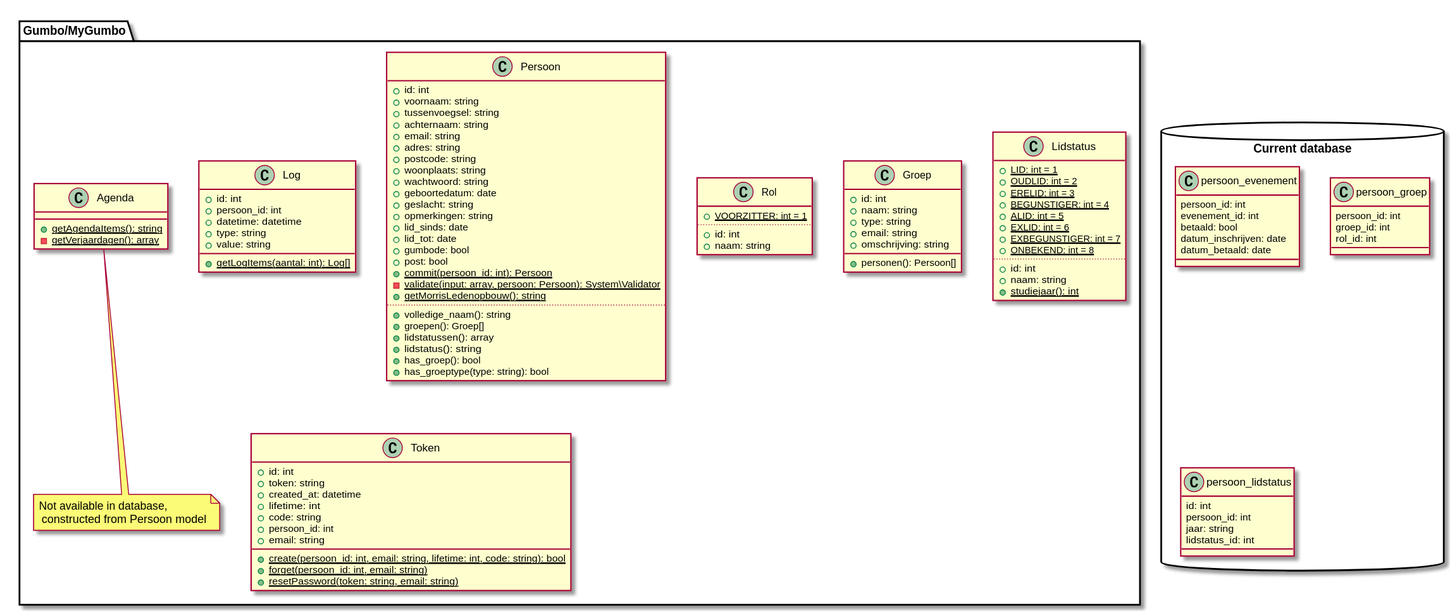
This is doc/class-diagram.svg from Gumbo-Millennium/GumboAdministratie, a PlantUML export, as it was before one commit. Its source is kept beside it as doc/class-diagram.puml.
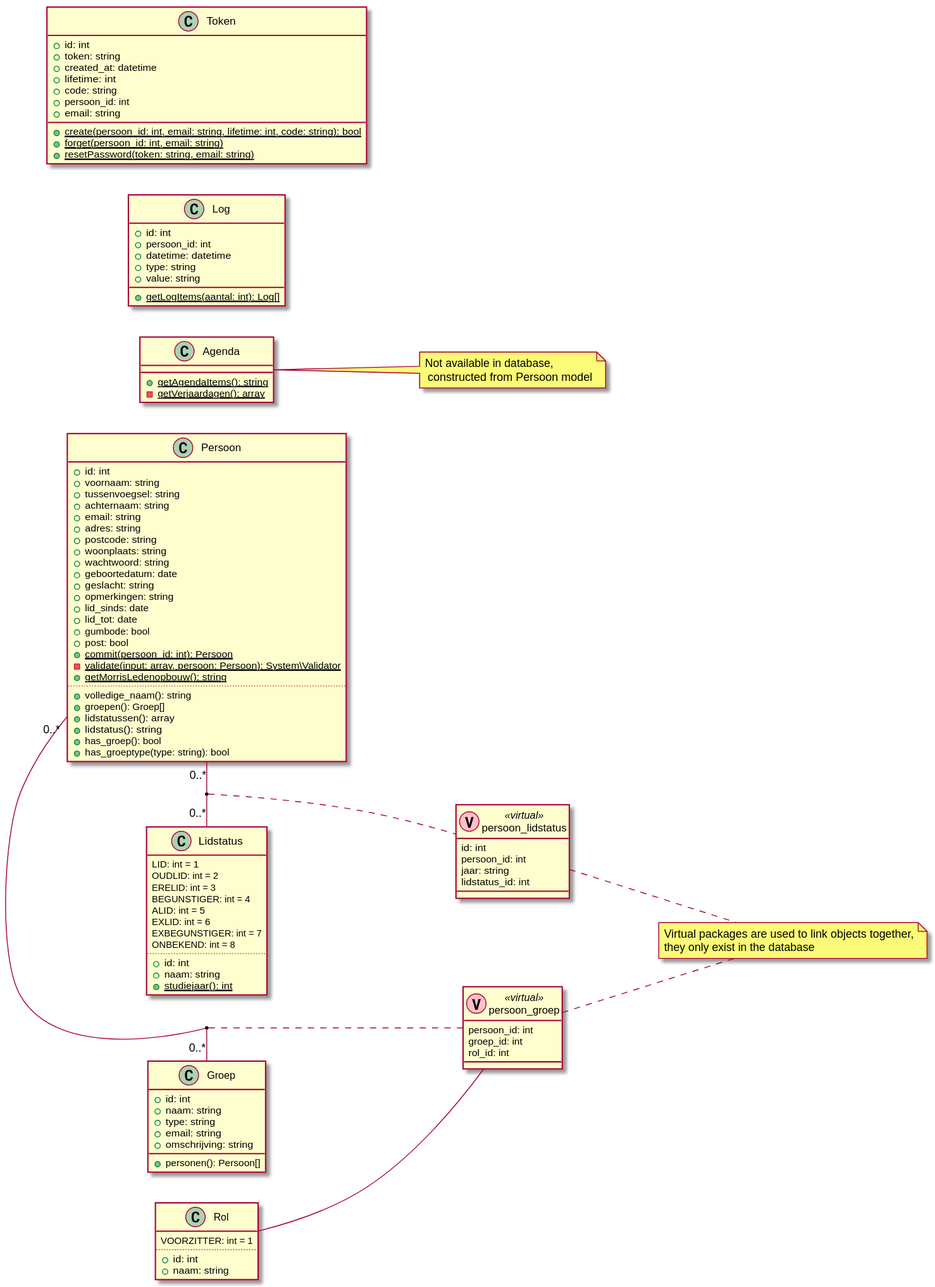
Above is the later version.

Commit message:
Revised Class Diagram, again

What changed in the source:
```diff
@@ -1,123 +1,126 @@
 @startuml
 
-package "Gumbo/MyGumbo" <<Folder>> {
-  class Storm<Framework provided>
+left to right direction
 
-  class Agenda {
-    {static} +getAgendaItems(): string
-    {static} -getVerjaardagen(): array
-  }
-  note bottom: Not available in database,\n constructed from Persoon model
+class Agenda {
+  {static} +getAgendaItems(): string
+  {static} -getVerjaardagen(): array
+}
+note right: Not available in database,\n constructed from Persoon model
 
-  class Groep {
-    +id: int
-    +naam: string
-    +type: string
-    +email: string
-    +omschrijving: string
+class Groep {
+  +id: int
+  +naam: string
+  +type: string
+  +email: string
+  +omschrijving: string
 
-    +personen(): Persoon[]
-  }
-
-  class Lidstatus {
-    {static} +LID: int = 1
-    {static} +OUDLID: int = 2
-    {static} +ERELID: int = 3
-    {static} +BEGUNSTIGER: int = 4
-    {static} +ALID: int = 5
-    {static} +EXLID: int = 6
-    {static} +EXBEGUNSTIGER: int = 7
-    {static} +ONBEKEND: int = 8
-    ..
-    +id: int
-    +naam: string
-
-    {static} +studiejaar(): int
-  }
-
-  class Log {
-    +id: int
-    +persoon_id: int
-    +datetime: datetime
-    +type: string
-    +value: string
-
-    {static} +getLogItems(aantal: int): Log[]
-  }
-
-  class Persoon {
-    +id: int
-    +voornaam: string
-    +tussenvoegsel: string
-    +achternaam: string
-    +email: string
-    +adres: string
-    +postcode: string
-    +woonplaats: string
-    +wachtwoord: string
-    +geboortedatum: date
-    +geslacht: string
-    +opmerkingen: string
-    +lid_sinds: date
-    +lid_tot: date
-    +gumbode: bool
-    +post: bool
-
-    {static} +commit(persoon_id: int): Persoon
-    {static} -validate(input: array, persoon: Persoon): System\Validator
-    {static} +getMorrisLedenopbouw(): string
-    ..
-    +volledige_naam(): string
-    +groepen(): Groep[]
-    +lidstatussen(): array
-    +lidstatus(): string
-    +has_groep(): bool
-    +has_groeptype(type: string): bool
-  }
-
-  class Rol {
-    {static} +VOORZITTER: int = 1
-    ..
-    +id: int
-    +naam: string
-  }
-
-  class Token {
-    +id: int
-    +token: string
-    +created_at: datetime
-    +lifetime: int
-    +code: string
-    +persoon_id: int
-    +email: string
-
-    {static} +create(persoon_id: int, email: string, lifetime: int, code: string): bool
-    {static} +forget(persoon_id: int, email: string)
-    {static} +resetPassword(token: string, email: string)
-  }
+  +personen(): Persoon[]
 }
 
-package "Current database" <<Database>> {
-  class persoon_evenement {
-    persoon_id: int
-    evenement_id: int
-    betaald: bool
-    datum_inschrijven: date
-    datum_betaald: date
-  }
-  class persoon_groep {
-    persoon_id: int
-    groep_id: int
-    rol_id: int
-  }
-  class persoon_lidstatus {
-    id: int
-    persoon_id: int
-    jaar: string
-    lidstatus_id: int
-  }
+class Lidstatus {
+  LID: int = 1
+  OUDLID: int = 2
+  ERELID: int = 3
+  BEGUNSTIGER: int = 4
+  ALID: int = 5
+  EXLID: int = 6
+  EXBEGUNSTIGER: int = 7
+  ONBEKEND: int = 8
+  ..
+  +id: int
+  +naam: string
+
+  {static} +studiejaar(): int
 }
 
-hide Storm
+class Log {
+  +id: int
+  +persoon_id: int
+  +datetime: datetime
+  +type: string
+  +value: string
+
+  {static} +getLogItems(aantal: int): Log[]
+}
+
+class Persoon {
+  +id: int
+  +voornaam: string
+  +tussenvoegsel: string
+  +achternaam: string
+  +email: string
+  +adres: string
+  +postcode: string
+  +woonplaats: string
+  +wachtwoord: string
+  +geboortedatum: date
+  +geslacht: string
+  +opmerkingen: string
+  +lid_sinds: date
+  +lid_tot: date
+  +gumbode: bool
+  +post: bool
+
+  {static} +commit(persoon_id: int): Persoon
+  {static} -validate(input: array, persoon: Persoon): System\Validator
+  {static} +getMorrisLedenopbouw(): string
+  ..
+  +volledige_naam(): string
+  +groepen(): Groep[]
+  +lidstatussen(): array
+  +lidstatus(): string
+  +has_groep(): bool
+  +has_groeptype(type: string): bool
+}
+
+class Rol {
+  VOORZITTER: int = 1
+  ..
+  +id: int
+  +naam: string
+}
+
+class Token {
+  +id: int
+  +token: string
+  +created_at: datetime
+  +lifetime: int
+  +code: string
+  +persoon_id: int
+  +email: string
+
+  {static} +create(persoon_id: int, email: string, lifetime: int, code: string): bool
+  {static} +forget(persoon_id: int, email: string)
+  {static} +resetPassword(token: string, email: string)
+}
+
+class persoon_groep << (V,pink) virtual >> {
+  persoon_id: int
+  groep_id: int
+  rol_id: int
+}
+class persoon_lidstatus << (V,pink) virtual >> {
+  id: int
+  persoon_id: int
+  jaar: string
+  lidstatus_id: int
+}
+
+Persoon "0..*" - "0..*" Groep
+(Persoon, Groep) .. persoon_groep
+
+Persoon "0..*" - "0..*" Lidstatus
+(Persoon, Lidstatus) .. persoon_lidstatus
+
+Rol -- persoon_groep
+
+note as N1
+  Virtual packages are used to link objects together,
+  they only exist in the database
+end note
+
+persoon_groep .. N1
+persoon_lidstatus .. N1
 
 @enduml
```
